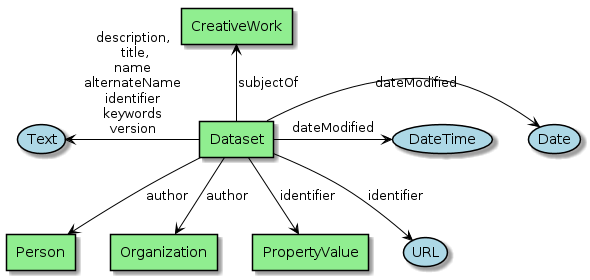
eovoc/eo-on-schema.org keeps this PlantUML diagram as series/diagrams/Dataset.png. Above is the earlier version. Source of this version:
```plantuml
@startuml


skinparam usecase {
BackgroundColor LightBlue
BorderColor Black
  ArrowColor Black
  linetype Ortho
}

skinparam agent {
BackgroundColor LightGreen
BorderColor Black
ArrowColor Black
linetype Ortho
}

agent Dataset
agent Person
agent Organization
agent CreativeWork
agent PropertyValue



Dataset -left-> (Text) : "description,\n title,\nname\nalternateName\nidentifier\nkeywords\nversion"

Dataset --> Person : "author"

Dataset --> Organization : "author"

Dataset -right-> (Date) : "dateModified"
Dataset -right-> (DateTime) : "dateModified"

Dataset --> (URL) : "identifier"
Dataset --> PropertyValue : "identifier"

Dataset -up-> CreativeWork : "subjectOf"
@enduml
```
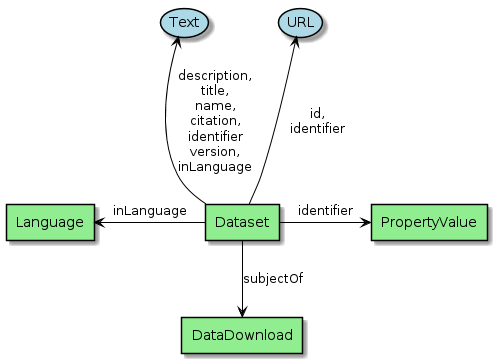
Later version of the same file.

Diff of the diagram source:
```diff
@@ -16,24 +16,18 @@
 }
 
 agent Dataset
-agent Person
-agent Organization
-agent CreativeWork
+agent Language
+agent DataDownload
 agent PropertyValue
 
 
 
-Dataset -left-> (Text) : "description,\n title,\nname\nalternateName\nidentifier\nkeywords\nversion"
+Dataset -up-> (URL) : "id,\nidentifier"
+Dataset -up-> (Text) : "description,\ntitle,\nname,\ncitation,\nidentifier\nversion,\ninLanguage"
 
-Dataset --> Person : "author"
+Dataset -left-> Language : "inLanguage"
 
-Dataset --> Organization : "author"
+Dataset -down-> DataDownload : "subjectOf"
 
-Dataset -right-> (Date) : "dateModified"
-Dataset -right-> (DateTime) : "dateModified"
-
-Dataset --> (URL) : "identifier"
-Dataset --> PropertyValue : "identifier"
-
-Dataset -up-> CreativeWork : "subjectOf"
+Dataset -right-> PropertyValue : "identifier"
 @enduml
```
